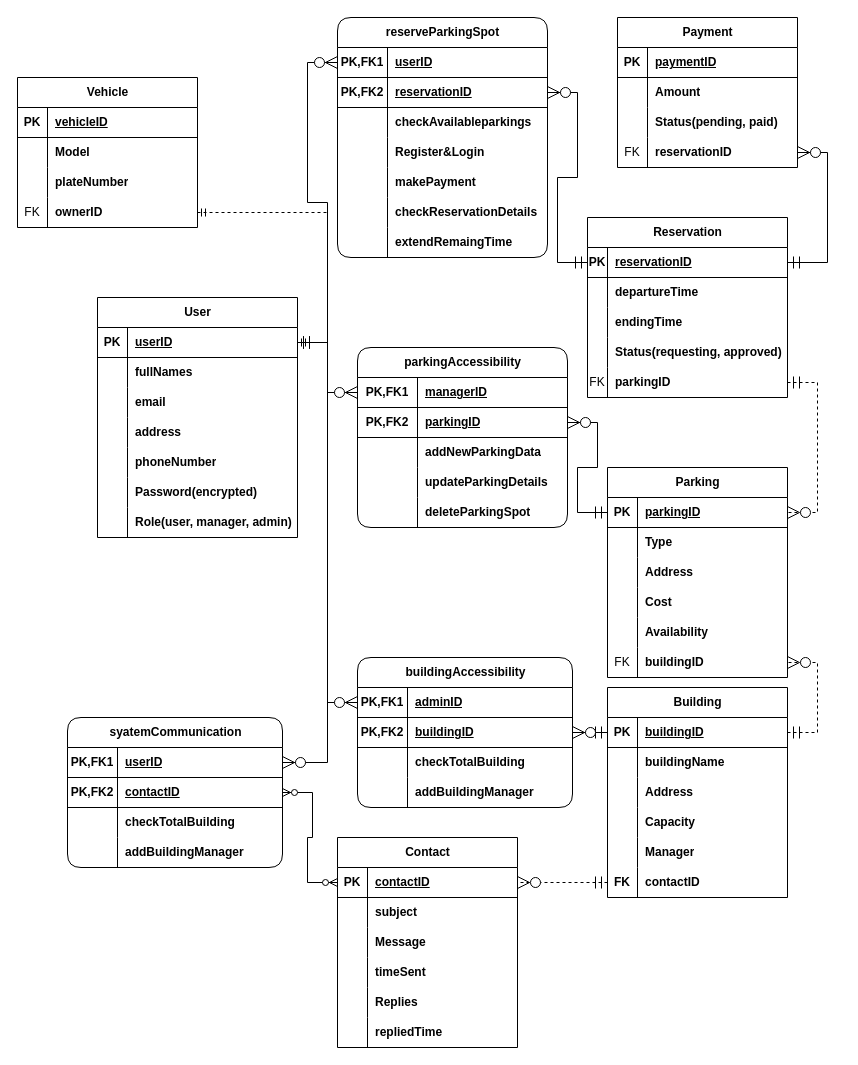
Earlier version of the draw.io diagram SmartParkingSystemERD.drawio (EmmanuelSHYIRAMBERE/SmartParkingManagement). Source tidied: cells renumbered, new cells numbered last; positions are measured from the earlier drawing's top-left corner, leaving out a move shared by most shapes. Both pictures are drawn from the tidied source at 100%, with x=0, y=0 at pixel (-1212, -230).
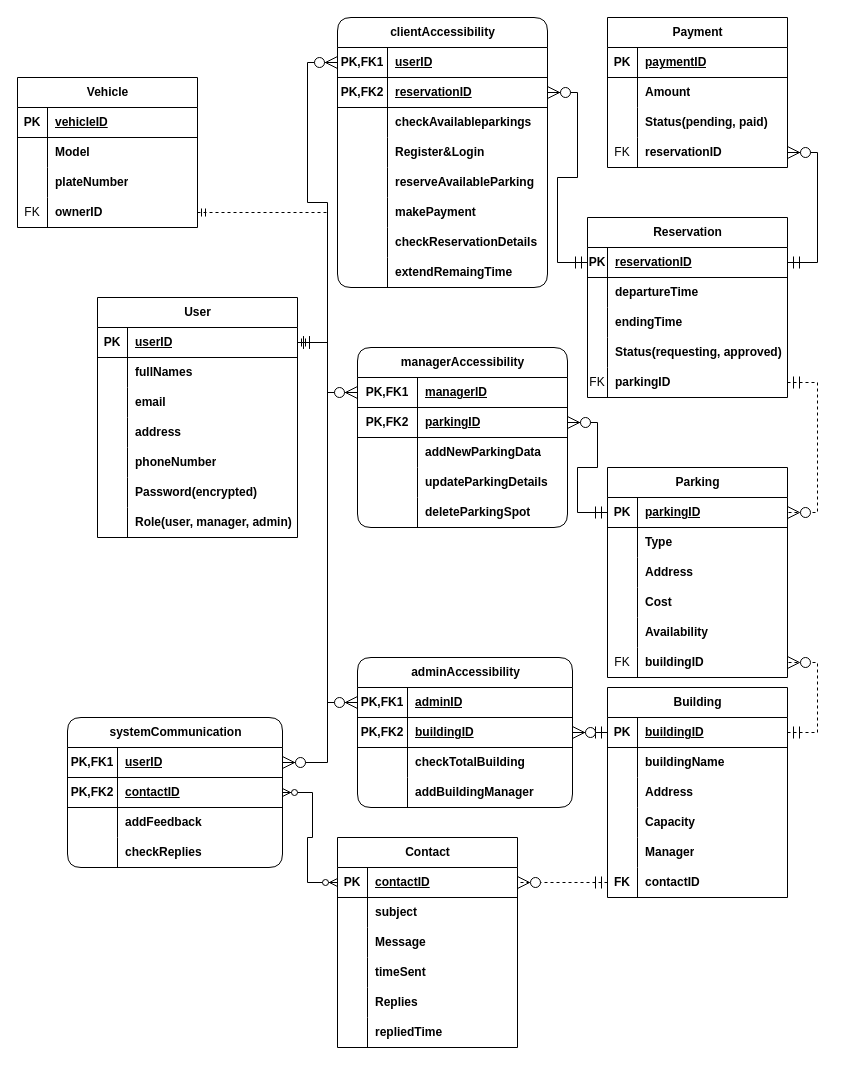
After the change.

Unchanged cells that the change refers to:
```xml
<mxCell id="178" style="shape=tableRow;horizontal=0;startSize=0;swimlaneHead=0;swimlaneBody=0;fillColor=none;top=0;left=0;right=0;bottom=0;" parent="171" vertex="1">
  <mxGeometry y="90" width="215" height="30" as="geometry" />
</mxCell>
<mxCell id="181" style="shape=tableRow;horizontal=0;startSize=0;swimlaneHead=0;swimlaneBody=0;fillColor=none;top=0;left=0;right=0;bottom=0;" parent="171" vertex="1">
  <mxGeometry y="120" width="215" height="30" as="geometry" />
</mxCell>
```

Diff of the diagram source:
```diff
@@
-    <mxCell id="73" value="reserveParkingSpot" style="shape=table;startSize=30;childLayout=tableLayout;rowLines=0;fontStyle=1;align=center;html=1;rounded=1;" parent="1" vertex="1">
-      <mxGeometry x="1549" y="247" width="210" height="240" as="geometry" />
+    <mxCell id="73" value="clientAccessibility" style="shape=table;startSize=30;childLayout=tableLayout;rowLines=0;fontStyle=1;align=center;html=1;rounded=1;" parent="1" vertex="1">
+      <mxGeometry x="1549" y="247" width="210" height="270" as="geometry" />
     </mxCell>
@@
+    <mxCell id="200" style="shape=tableRow;horizontal=0;startSize=0;swimlaneHead=0;swimlaneBody=0;fillColor=none;top=0;left=0;right=0;bottom=0;" parent="73" vertex="1">
+      <mxGeometry y="150" width="210" height="30" as="geometry" />
+    </mxCell>
+    <mxCell id="201" style="shape=partialRectangle;fillColor=none;top=0;left=0;bottom=0;right=0;overflow=hidden;whiteSpace=wrap;html=1;" parent="200" vertex="1">
+      <mxGeometry width="50" height="30" as="geometry" />
+    </mxCell>
+    <mxCell id="202" value="reserveAvailableParking" style="shape=partialRectangle;fillColor=none;top=0;left=0;bottom=0;right=0;align=left;spacingLeft=6;overflow=hidden;whiteSpace=wrap;html=1;fontStyle=1;" parent="200" vertex="1">
+      <mxGeometry x="50" width="160" height="30" as="geometry" />
+    </mxCell>
     <mxCell id="86" style="shape=tableRow;horizontal=0;startSize=0;swimlaneHead=0;swimlaneBody=0;fillColor=none;top=0;left=0;right=0;bottom=0;" parent="73" vertex="1">
-      <mxGeometry y="150" width="210" height="30" as="geometry" />
+      <mxGeometry y="180" width="210" height="30" as="geometry" />
     </mxCell>
@@
     <mxCell id="89" style="shape=tableRow;horizontal=0;startSize=0;swimlaneHead=0;swimlaneBody=0;fillColor=none;top=0;left=0;right=0;bottom=0;" parent="73" vertex="1">
-      <mxGeometry y="180" width="210" height="30" as="geometry" />
+      <mxGeometry y="210" width="210" height="30" as="geometry" />
     </mxCell>
@@
     <mxCell id="92" style="shape=tableRow;horizontal=0;startSize=0;swimlaneHead=0;swimlaneBody=0;fillColor=none;top=0;left=0;right=0;bottom=0;" parent="73" vertex="1">
-      <mxGeometry y="210" width="210" height="30" as="geometry" />
+      <mxGeometry y="240" width="210" height="30" as="geometry" />
     </mxCell>
@@
-    <mxCell id="115" value="parkingAccessibility" style="shape=table;startSize=30;childLayout=tableLayout;rowLines=0;fontStyle=1;align=center;html=1;rounded=1;" parent="1" vertex="1">
+    <mxCell id="115" value="managerAccessibility" style="shape=table;startSize=30;childLayout=tableLayout;rowLines=0;fontStyle=1;align=center;html=1;rounded=1;" parent="1" vertex="1">
       <mxGeometry x="1569" y="577" width="210" height="180" as="geometry" />
     </mxCell>
@@
-    <mxCell id="131" value="buildingAccessibility" style="shape=table;startSize=30;childLayout=tableLayout;rowLines=0;fontStyle=1;align=center;html=1;rounded=1;" parent="1" vertex="1">
+    <mxCell id="131" value="adminAccessibility" style="shape=table;startSize=30;childLayout=tableLayout;rowLines=0;fontStyle=1;align=center;html=1;rounded=1;" parent="1" vertex="1">
       <mxGeometry x="1569" y="887" width="215" height="150" as="geometry" />
     </mxCell>
@@
-    <mxCell id="171" value="syatemCommunication" style="shape=table;startSize=30;childLayout=tableLayout;rowLines=0;fontStyle=1;align=center;html=1;rounded=1;" parent="1" vertex="1">
+    <mxCell id="171" value="systemCommunication" style="shape=table;startSize=30;childLayout=tableLayout;rowLines=0;fontStyle=1;align=center;html=1;rounded=1;" parent="1" vertex="1">
       <mxGeometry x="1279" y="947" width="215" height="150" as="geometry" />
     </mxCell>
@@
-    <mxCell id="180" value="checkTotalBuilding" style="shape=partialRectangle;fillColor=none;top=0;left=0;bottom=0;right=0;align=left;spacingLeft=6;overflow=hidden;whiteSpace=wrap;html=1;fontStyle=1;" parent="178" vertex="1">
+    <mxCell id="180" value="addFeedback" style="shape=partialRectangle;fillColor=none;top=0;left=0;bottom=0;right=0;align=left;spacingLeft=6;overflow=hidden;whiteSpace=wrap;html=1;fontStyle=1;" parent="178" vertex="1">
       <mxGeometry x="50" width="165" height="30" as="geometry" />
     </mxCell>
@@
-    <mxCell id="183" value="addBuildingManager" style="shape=partialRectangle;fillColor=none;top=0;left=0;bottom=0;right=0;align=left;spacingLeft=6;overflow=hidden;whiteSpace=wrap;html=1;fontStyle=1;" parent="181" vertex="1">
+    <mxCell id="183" value="checkReplies" style="shape=partialRectangle;fillColor=none;top=0;left=0;bottom=0;right=0;align=left;spacingLeft=6;overflow=hidden;whiteSpace=wrap;html=1;fontStyle=1;" parent="181" vertex="1">
       <mxGeometry x="50" width="165" height="30" as="geometry" />
     </mxCell>
@@
     <mxCell id="186" value="Payment" style="shape=table;startSize=30;childLayout=tableLayout;rowLines=0;fontStyle=1;align=center;html=1;" parent="1" vertex="1">
-      <mxGeometry x="1829" y="247" width="180" height="150" as="geometry" />
+      <mxGeometry x="1819" y="247" width="180" height="150" as="geometry" />
     </mxCell>
```
